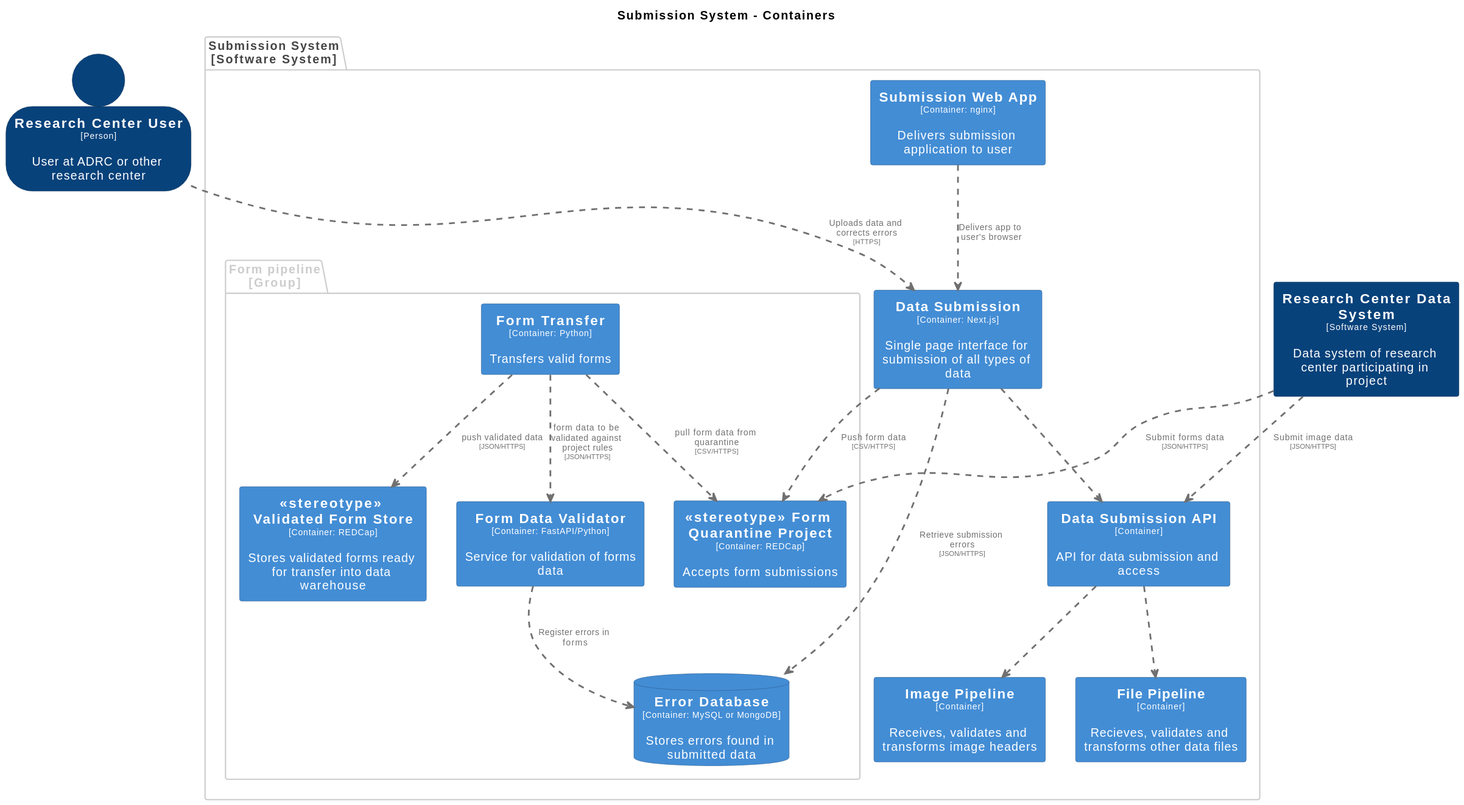
naccdata/system-design keeps this PlantUML diagram as docs/images/structurizr-SubmissionContainers.svg. Above is the earlier version.
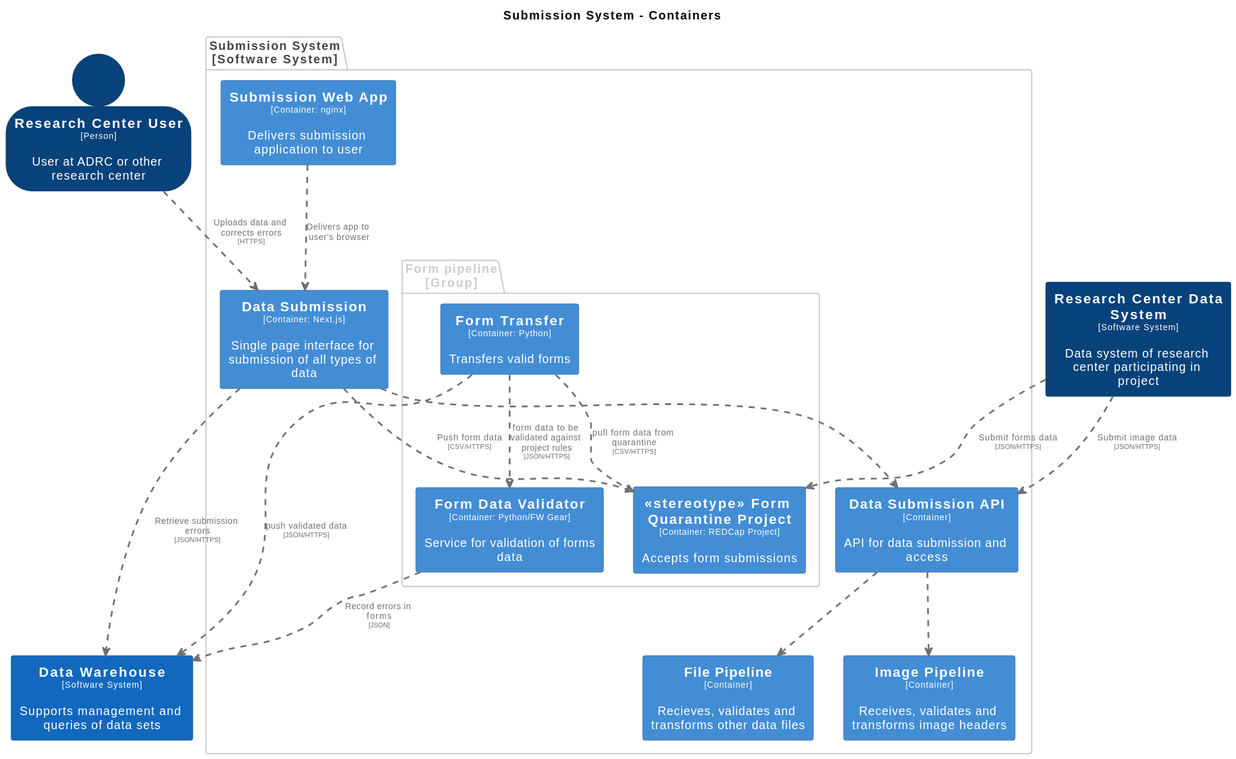
Later version of the same file.

What changed in the source:
```diff
@@ -18,11 +18,6 @@
   FontColor #ffffff
   BorderColor #2e6295
 }
-skinparam rectangle<<SubmissionSystem.stereotypeValidatedFormStore>> {
-  BackgroundColor #438dd5
-  FontColor #ffffff
-  BorderColor #2e6295
-}
 skinparam rectangle<<SubmissionSystem.DataSubmission>> {
   BackgroundColor #438dd5
   FontColor #ffffff
@@ -33,10 +28,10 @@
   FontColor #ffffff
   BorderColor #2e6295
 }
-skinparam database<<SubmissionSystem.ErrorDatabase>> {
-  BackgroundColor #438dd5
+skinparam rectangle<<DataWarehouse>> {
+  BackgroundColor #1168bd
   FontColor #ffffff
-  BorderColor #2e6295
+  BorderColor #0b4884
 }
 skinparam rectangle<<SubmissionSystem.FilePipeline>> {
   BackgroundColor #438dd5
@@ -76,6 +71,7 @@
 
 person "==Research Center User\n<size:10>[Person]</size>\n\nUser at ADRC or other research center" <<ResearchCenterUser>> as ResearchCenterUser
 rectangle "==Research Center Data System\n<size:10>[Software System]</size>\n\nData system of research center participating in project" <<ResearchCenterDataSystem>> as ResearchCenterDataSystem
+rectangle "==Data Warehouse\n<size:10>[Software System]</size>\n\nSupports management and queries of data sets" <<DataWarehouse>> as DataWarehouse
 
 package "Submission System\n[Software System]" <<SubmissionSystem>> {
   skinparam PackageBorderColor<<SubmissionSystem>> #444444
@@ -85,10 +81,8 @@
     skinparam PackageBorderColor<<group>> #cccccc
     skinparam PackageFontColor<<group>> #cccccc
 
-    database "==Error Database\n<size:10>[Container: MySQL or MongoDB]</size>\n\nStores errors found in submitted data" <<SubmissionSystem.ErrorDatabase>> as SubmissionSystem.ErrorDatabase
-    rectangle "==<<stereotype>> Validated Form Store\n<size:10>[Container: REDCap]</size>\n\nStores validated forms ready for transfer into data warehouse" <<SubmissionSystem.stereotypeValidatedFormStore>> as SubmissionSystem.stereotypeValidatedFormStore
-    rectangle "==Form Data Validator\n<size:10>[Container: FastAPI/Python]</size>\n\nService for validation of forms data" <<SubmissionSystem.FormDataValidator>> as SubmissionSystem.FormDataValidator
-    rectangle "==<<stereotype>> Form Quarantine Project\n<size:10>[Container: REDCap]</size>\n\nAccepts form submissions" <<SubmissionSystem.stereotypeFormQuarantineProject>> as SubmissionSystem.stereotypeFormQuarantineProject
+    rectangle "==Form Data Validator\n<size:10>[Container: Python/FW Gear]</size>\n\nService for validation of forms data" <<SubmissionSystem.FormDataValidator>> as SubmissionSystem.FormDataValidator
+    rectangle "==<<stereotype>> Form Quarantine Project\n<size:10>[Container: REDCap Project]</size>\n\nAccepts form submissions" <<SubmissionSystem.stereotypeFormQuarantineProject>> as SubmissionSystem.stereotypeFormQuarantineProject
     rectangle "==Form Transfer\n<size:10>[Container: Python]</size>\n\nTransfers valid forms" <<SubmissionSystem.FormTransfer>> as SubmissionSystem.FormTransfer
   }
 
@@ -99,17 +93,17 @@
   rectangle "==Submission Web App\n<size:10>[Container: nginx]</size>\n\nDelivers submission application to user" <<SubmissionSystem.SubmissionWebApp>> as SubmissionSystem.SubmissionWebApp
 }
 
+ResearchCenterUser .[#707070,thickness=2].> SubmissionSystem.DataSubmission : "<color:#707070>Uploads data and corrects errors\n<color:#707070><size:8>[HTTPS]</size>"
 ResearchCenterDataSystem .[#707070,thickness=2].> SubmissionSystem.stereotypeFormQuarantineProject : "<color:#707070>Submit forms data\n<color:#707070><size:8>[JSON/HTTPS]</size>"
 ResearchCenterDataSystem .[#707070,thickness=2].> SubmissionSystem.DataSubmissionAPI : "<color:#707070>Submit image data\n<color:#707070><size:8>[JSON/HTTPS]</size>"
-SubmissionSystem.FormDataValidator .[#707070,thickness=2].> SubmissionSystem.ErrorDatabase : "<color:#707070>Register errors in forms"
+SubmissionSystem.FormDataValidator .[#707070,thickness=2].> DataWarehouse : "<color:#707070>Record errors in forms\n<color:#707070><size:8>[JSON]</size>"
 SubmissionSystem.FormTransfer .[#707070,thickness=2].> SubmissionSystem.stereotypeFormQuarantineProject : "<color:#707070>pull form data from quarantine\n<color:#707070><size:8>[CSV/HTTPS]</size>"
 SubmissionSystem.FormTransfer .[#707070,thickness=2].> SubmissionSystem.FormDataValidator : "<color:#707070>form data to be validated against project rules\n<color:#707070><size:8>[JSON/HTTPS]</size>"
-SubmissionSystem.FormTransfer .[#707070,thickness=2].> SubmissionSystem.stereotypeValidatedFormStore : "<color:#707070>push validated data\n<color:#707070><size:8>[JSON/HTTPS]</size>"
+SubmissionSystem.FormTransfer .[#707070,thickness=2].> DataWarehouse : "<color:#707070>push validated data\n<color:#707070><size:8>[JSON/HTTPS]</size>"
 SubmissionSystem.DataSubmissionAPI .[#707070,thickness=2].> SubmissionSystem.FilePipeline : "<color:#707070>"
 SubmissionSystem.DataSubmissionAPI .[#707070,thickness=2].> SubmissionSystem.ImagePipeline : "<color:#707070>"
 SubmissionSystem.DataSubmission .[#707070,thickness=2].> SubmissionSystem.stereotypeFormQuarantineProject : "<color:#707070>Push form data\n<color:#707070><size:8>[CSV/HTTPS]</size>"
 SubmissionSystem.DataSubmission .[#707070,thickness=2].> SubmissionSystem.DataSubmissionAPI : "<color:#707070>"
-SubmissionSystem.DataSubmission .[#707070,thickness=2].> SubmissionSystem.ErrorDatabase : "<color:#707070>Retrieve submission errors\n<color:#707070><size:8>[JSON/HTTPS]</size>"
+SubmissionSystem.DataSubmission .[#707070,thickness=2].> DataWarehouse : "<color:#707070>Retrieve submission errors\n<color:#707070><size:8>[JSON/HTTPS]</size>"
 SubmissionSystem.SubmissionWebApp .[#707070,thickness=2].> SubmissionSystem.DataSubmission : "<color:#707070>Delivers app to user's browser"
-ResearchCenterUser .[#707070,thickness=2].> SubmissionSystem.DataSubmission : "<color:#707070>Uploads data and corrects errors\n<color:#707070><size:8>[HTTPS]</size>"
 @enduml
```
